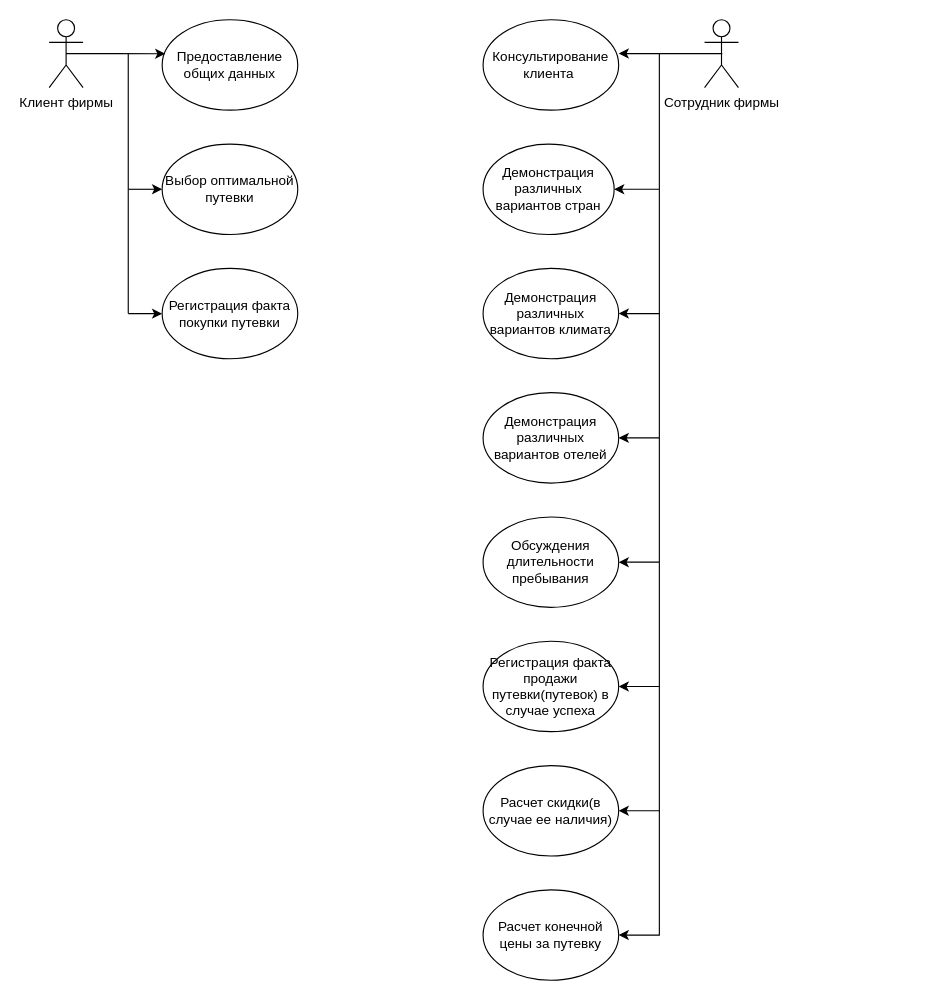
The draw.io diagram Диаграмма прецедентов.drawio in Korobkov124/Interface-layout.Task4, before the edit. Source tidied: cells renumbered, new cells numbered last; positions are measured from the earlier drawing's top-left corner, leaving out a move shared by most shapes. Both pictures are drawn from the tidied source at 113%, with x=0, y=0 at pixel (49, 19).
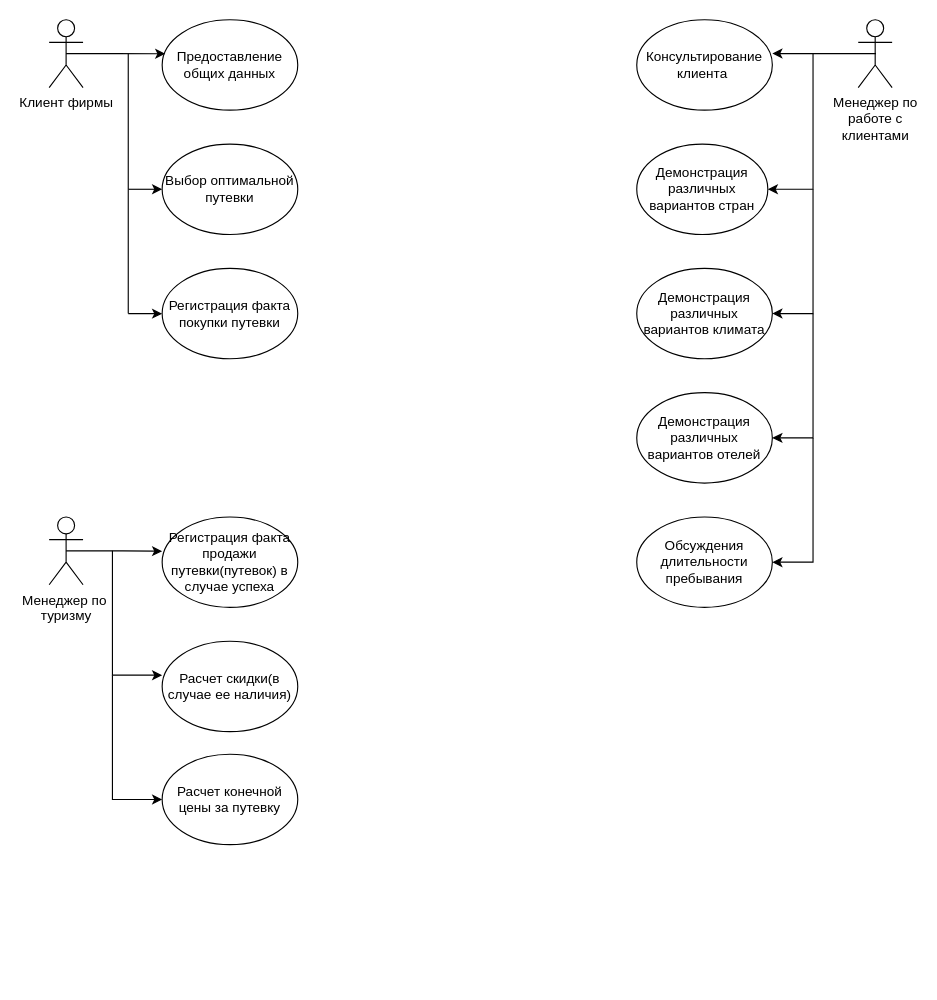
Above is the later version.

Diff of the diagram source:
```diff
@@
-    <mxCell id="3" value="Сотрудник фирмы" style="shape=umlActor;verticalLabelPosition=bottom;verticalAlign=top;html=1;" parent="1" vertex="1">
-      <mxGeometry x="580" width="30" height="60" as="geometry" />
+    <mxCell id="3" value="Менеджер по&lt;br&gt;работе с &lt;br&gt;клиентами" style="shape=umlActor;verticalLabelPosition=bottom;verticalAlign=top;html=1;" parent="1" vertex="1">
+      <mxGeometry x="716" width="30" height="60" as="geometry" />
     </mxCell>
@@
     <mxCell id="7" value="Консультирование клиента&amp;nbsp;" style="ellipse;whiteSpace=wrap;html=1;" parent="1" vertex="1">
-      <mxGeometry x="384" width="120" height="80" as="geometry" />
+      <mxGeometry x="520" width="120" height="80" as="geometry" />
     </mxCell>
     <mxCell id="8" style="edgeStyle=orthogonalEdgeStyle;rounded=0;jettySize=auto;html=1;entryX=1;entryY=0.5;entryDx=0;entryDy=0;" parent="1" edge="1" target="9">
       <mxGeometry relative="1" as="geometry">
-        <mxPoint x="540" y="30" as="sourcePoint" />
+        <mxPoint x="676" y="30" as="sourcePoint" />
         <Array as="points">
-          <mxPoint x="540" y="150" />
+          <mxPoint x="676" y="150" />
         </Array>
       </mxGeometry>
     </mxCell>
     <mxCell id="9" value="Демонстрация различных вариантов стран" style="ellipse;whiteSpace=wrap;html=1;" parent="1" vertex="1">
-      <mxGeometry x="384" y="110" width="116" height="80" as="geometry" />
+      <mxGeometry x="520" y="110" width="116" height="80" as="geometry" />
     </mxCell>
     <mxCell id="10" style="edgeStyle=orthogonalEdgeStyle;rounded=0;jettySize=auto;html=1;entryX=1;entryY=0.5;entryDx=0;entryDy=0;" parent="1" edge="1" target="11">
       <mxGeometry relative="1" as="geometry">
-        <mxPoint x="540" y="150" as="sourcePoint" />
+        <mxPoint x="676" y="150" as="sourcePoint" />
         <Array as="points">
-          <mxPoint x="540" y="260" />
+          <mxPoint x="676" y="260" />
         </Array>
       </mxGeometry>
     </mxCell>
     <mxCell id="11" value="Демонстрация различных вариантов климата" style="ellipse;whiteSpace=wrap;html=1;" parent="1" vertex="1">
-      <mxGeometry x="384" y="220" width="120" height="80" as="geometry" />
+      <mxGeometry x="520" y="220" width="120" height="80" as="geometry" />
     </mxCell>
@@
     <mxCell id="13" style="edgeStyle=orthogonalEdgeStyle;rounded=0;orthogonalLoop=1;jettySize=auto;html=1;exitX=0.5;exitY=0.5;exitDx=0;exitDy=0;exitPerimeter=0;entryX=0.994;entryY=0.376;entryDx=0;entryDy=0;entryPerimeter=0;" parent="1" edge="1">
       <mxGeometry relative="1" as="geometry">
-        <mxPoint x="595.7" y="29.9" as="sourcePoint" />
-        <mxPoint x="504" y="29.9" as="targetPoint" />
+        <mxPoint x="731.7" y="29.9" as="sourcePoint" />
+        <mxPoint x="640" y="29.9" as="targetPoint" />
       </mxGeometry>
     </mxCell>
@@
     <mxCell id="18" value="Демонстрация различных вариантов отелей" style="ellipse;whiteSpace=wrap;html=1;" parent="1" vertex="1">
-      <mxGeometry x="384" y="330" width="120" height="80" as="geometry" />
+      <mxGeometry x="520" y="330" width="120" height="80" as="geometry" />
     </mxCell>
     <mxCell id="19" value="Обсуждения длительности пребывания" style="ellipse;whiteSpace=wrap;html=1;" parent="1" vertex="1">
-      <mxGeometry x="384" y="440" width="120" height="80" as="geometry" />
+      <mxGeometry x="520" y="440" width="120" height="80" as="geometry" />
     </mxCell>
     <mxCell id="20" value="Регистрация факта продажи путевки(путевок) в случае успеха" style="ellipse;whiteSpace=wrap;html=1;" parent="1" vertex="1">
-      <mxGeometry x="384" y="550" width="120" height="80" as="geometry" />
+      <mxGeometry x="100" y="440" width="120" height="80" as="geometry" />
     </mxCell>
     <mxCell id="21" value="Расчет скидки(в случае ее наличия)" style="ellipse;whiteSpace=wrap;html=1;" parent="1" vertex="1">
-      <mxGeometry x="384" y="660" width="120" height="80" as="geometry" />
+      <mxGeometry x="100" y="550" width="120" height="80" as="geometry" />
     </mxCell>
     <mxCell id="22" value="Расчет конечной цены за путевку" style="ellipse;whiteSpace=wrap;html=1;" parent="1" vertex="1">
-      <mxGeometry x="384" y="770" width="120" height="80" as="geometry" />
+      <mxGeometry x="100" y="650" width="120" height="80" as="geometry" />
     </mxCell>
     <mxCell id="23" style="edgeStyle=orthogonalEdgeStyle;rounded=0;orthogonalLoop=1;jettySize=auto;html=1;entryX=1;entryY=0.5;entryDx=0;entryDy=0;" parent="1" edge="1">
       <mxGeometry relative="1" as="geometry">
-        <mxPoint x="540" y="260" as="sourcePoint" />
-        <mxPoint x="504" y="370" as="targetPoint" />
+        <mxPoint x="676" y="260" as="sourcePoint" />
+        <mxPoint x="640" y="370" as="targetPoint" />
         <Array as="points">
-          <mxPoint x="540" y="370" />
+          <mxPoint x="676" y="370" />
         </Array>
       </mxGeometry>
     </mxCell>
     <mxCell id="24" style="edgeStyle=orthogonalEdgeStyle;rounded=0;orthogonalLoop=1;jettySize=auto;html=1;entryX=1;entryY=0.5;entryDx=0;entryDy=0;" parent="1" edge="1">
       <mxGeometry relative="1" as="geometry">
-        <mxPoint x="540" y="370" as="sourcePoint" />
-        <mxPoint x="504" y="480" as="targetPoint" />
+        <mxPoint x="676" y="370" as="sourcePoint" />
+        <mxPoint x="640" y="480" as="targetPoint" />
         <Array as="points">
-          <mxPoint x="540" y="480" />
+          <mxPoint x="676" y="480" />
         </Array>
       </mxGeometry>
     </mxCell>
-    <mxCell id="25" style="edgeStyle=orthogonalEdgeStyle;rounded=0;orthogonalLoop=1;jettySize=auto;html=1;entryX=1;entryY=0.5;entryDx=0;entryDy=0;" parent="1" edge="1">
+    <mxCell id="25" style="edgeStyle=orthogonalEdgeStyle;rounded=0;orthogonalLoop=1;jettySize=auto;html=1;" parent="1" edge="1">
       <mxGeometry relative="1" as="geometry">
-        <mxPoint x="540" y="480" as="sourcePoint" />
-        <mxPoint x="504" y="590" as="targetPoint" />
+        <mxPoint x="56" y="470" as="sourcePoint" />
+        <mxPoint x="100" y="580" as="targetPoint" />
         <Array as="points">
-          <mxPoint x="540" y="590" />
+          <mxPoint x="56" y="580" />
         </Array>
       </mxGeometry>
     </mxCell>
-    <mxCell id="26" style="edgeStyle=orthogonalEdgeStyle;rounded=0;orthogonalLoop=1;jettySize=auto;html=1;entryX=1;entryY=0.5;entryDx=0;entryDy=0;" parent="1" edge="1">
+    <mxCell id="26" style="edgeStyle=orthogonalEdgeStyle;rounded=0;jettySize=auto;html=1;entryX=0;entryY=0.5;entryDx=0;entryDy=0;" parent="1" edge="1" target="22">
       <mxGeometry relative="1" as="geometry">
-        <mxPoint x="540" y="590" as="sourcePoint" />
-        <mxPoint x="504" y="700" as="targetPoint" />
+        <mxPoint x="56" y="580" as="sourcePoint" />
         <Array as="points">
-          <mxPoint x="540" y="700" />
+          <mxPoint x="56" y="690" />
         </Array>
       </mxGeometry>
     </mxCell>
-    <mxCell id="27" style="edgeStyle=orthogonalEdgeStyle;rounded=0;orthogonalLoop=1;jettySize=auto;html=1;entryX=1;entryY=0.5;entryDx=0;entryDy=0;" parent="1" edge="1">
-      <mxGeometry relative="1" as="geometry">
-        <mxPoint x="540" y="700" as="sourcePoint" />
-        <mxPoint x="504" y="810" as="targetPoint" />
-        <Array as="points">
-          <mxPoint x="540" y="810" />
-        </Array>
-      </mxGeometry>
-    </mxCell>
+    <mxCell id="28" value="Менеджер по&amp;nbsp;&lt;br&gt;туризму" style="shape=umlActor;verticalLabelPosition=bottom;verticalAlign=top;html=1;outlineConnect=0;" parent="1" vertex="1">
+      <mxGeometry y="440" width="30" height="60" as="geometry" />
+    </mxCell>
+    <mxCell id="29" style="edgeStyle=orthogonalEdgeStyle;rounded=0;jettySize=auto;html=1;exitX=0.5;exitY=0.5;exitDx=0;exitDy=0;exitPerimeter=0;entryX=0;entryY=0.379;entryDx=0;entryDy=0;entryPerimeter=0;" parent="1" edge="1" source="28" target="20">
+      <mxGeometry relative="1" as="geometry" />
+    </mxCell>
```
